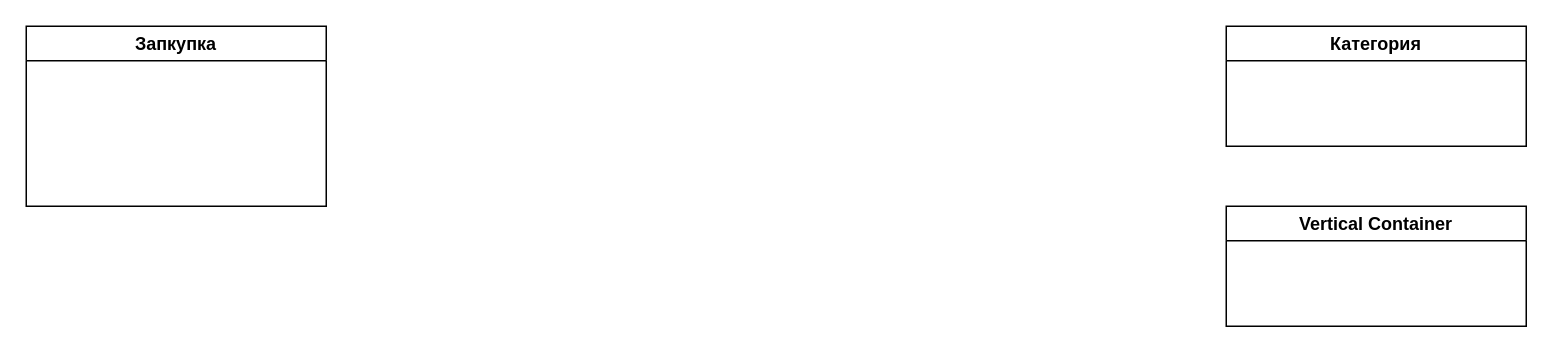
Before: Схема_1.drawio in Deviant1407/Info-Security-and-Data-Base, a draw.io diagram. Source tidied: cells renumbered, new cells numbered last; positions are measured from the earlier drawing's top-left corner, leaving out a move shared by most shapes. Both pictures are drawn from the tidied source at 150%, with x=0, y=0 at pixel (26, 26).
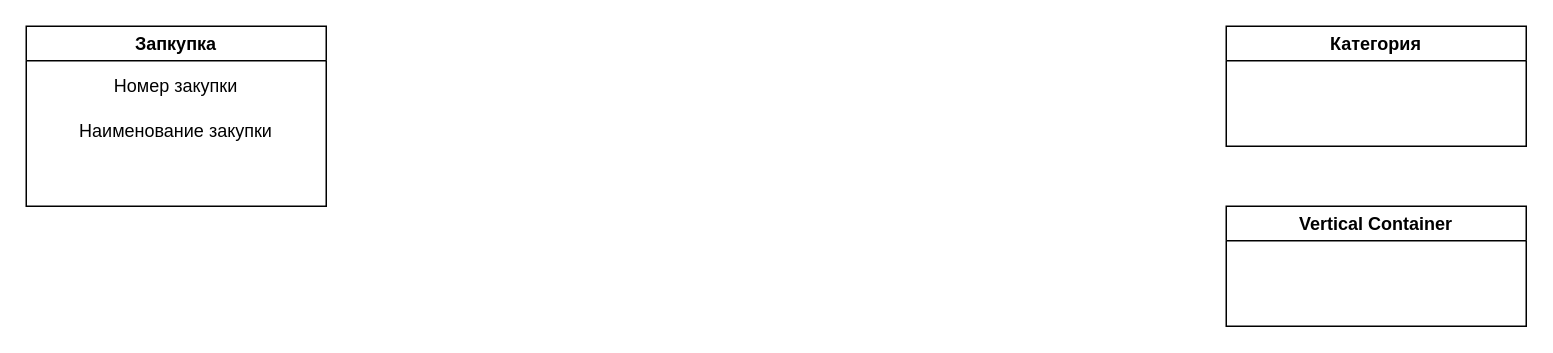
The same page after the edit.

What changed in the source:
```diff
@@
 <mxGraphModel>
   <root>
     <mxCell id="0" />
     <mxCell id="1" parent="0" />
     <mxCell id="2" value="Категория" style="swimlane;whiteSpace=wrap;html=1;" parent="1" vertex="1">
       <mxGeometry x="800" width="200" height="80" as="geometry" />
     </mxCell>
     <mxCell id="3" value="Vertical Container" style="swimlane;whiteSpace=wrap;html=1;" parent="1" vertex="1">
       <mxGeometry x="800" y="120" width="200" height="80" as="geometry" />
     </mxCell>
     <mxCell id="4" value="Запкупка" style="swimlane;whiteSpace=wrap;html=1;" parent="1" vertex="1">
       <mxGeometry width="200" height="120" as="geometry" />
     </mxCell>
+    <mxCell id="5" value="Номер закупки" style="text;html=1;strokeColor=none;fillColor=none;align=center;verticalAlign=middle;whiteSpace=wrap;rounded=0;" parent="4" vertex="1">
+      <mxGeometry y="25" width="200" height="30" as="geometry" />
+    </mxCell>
+    <mxCell id="6" value="Наименование закупки" style="text;html=1;strokeColor=none;fillColor=none;align=center;verticalAlign=middle;whiteSpace=wrap;rounded=0;" parent="4" vertex="1">
+      <mxGeometry y="55" width="200" height="30" as="geometry" />
+    </mxCell>
   </root>
 </mxGraphModel>
```
